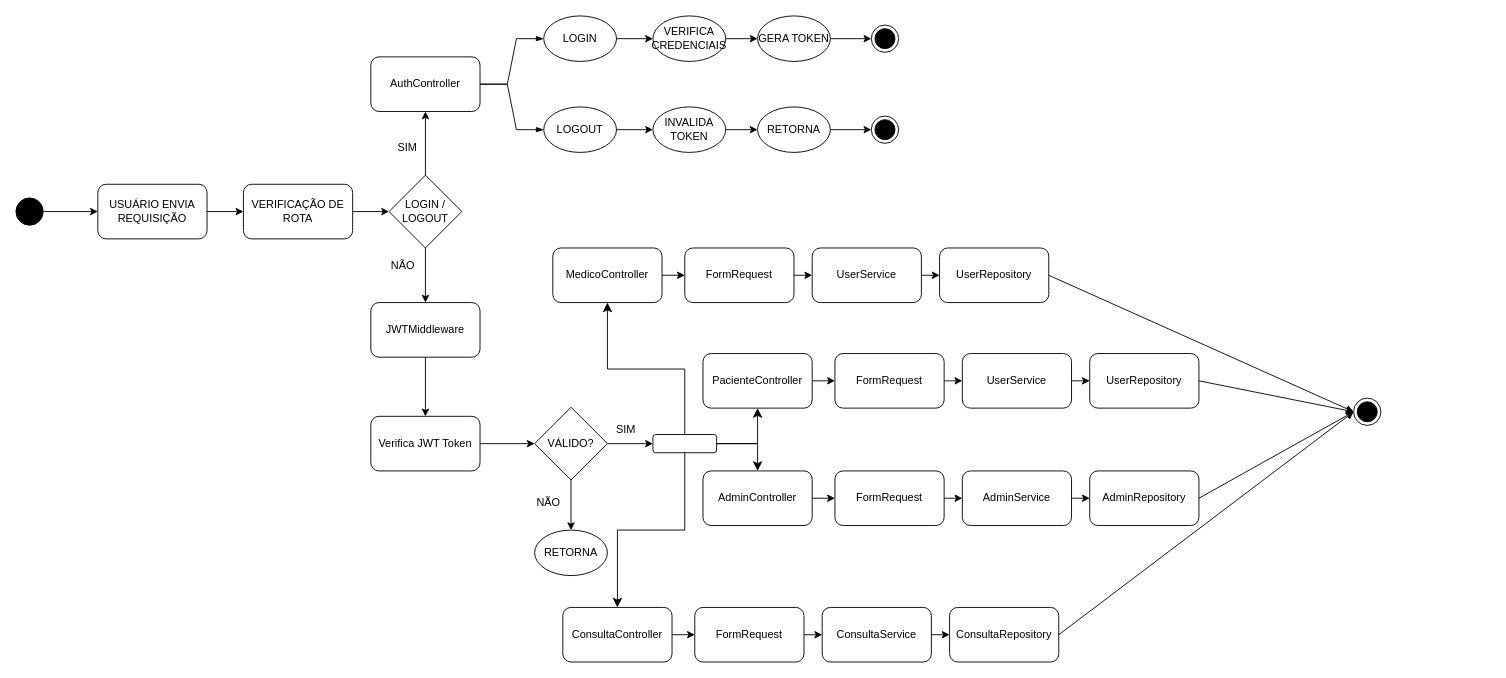
HFcoding4462/SGHSS keeps this draw.io diagram as arquitetura.drawio. Above is the earlier version. Source tidied: cells renumbered, new cells numbered last; positions are measured from the earlier drawing's top-left corner, leaving out a move shared by most shapes. Both pictures are drawn from the tidied source at 91%, with x=0, y=0 at pixel (15, 15).
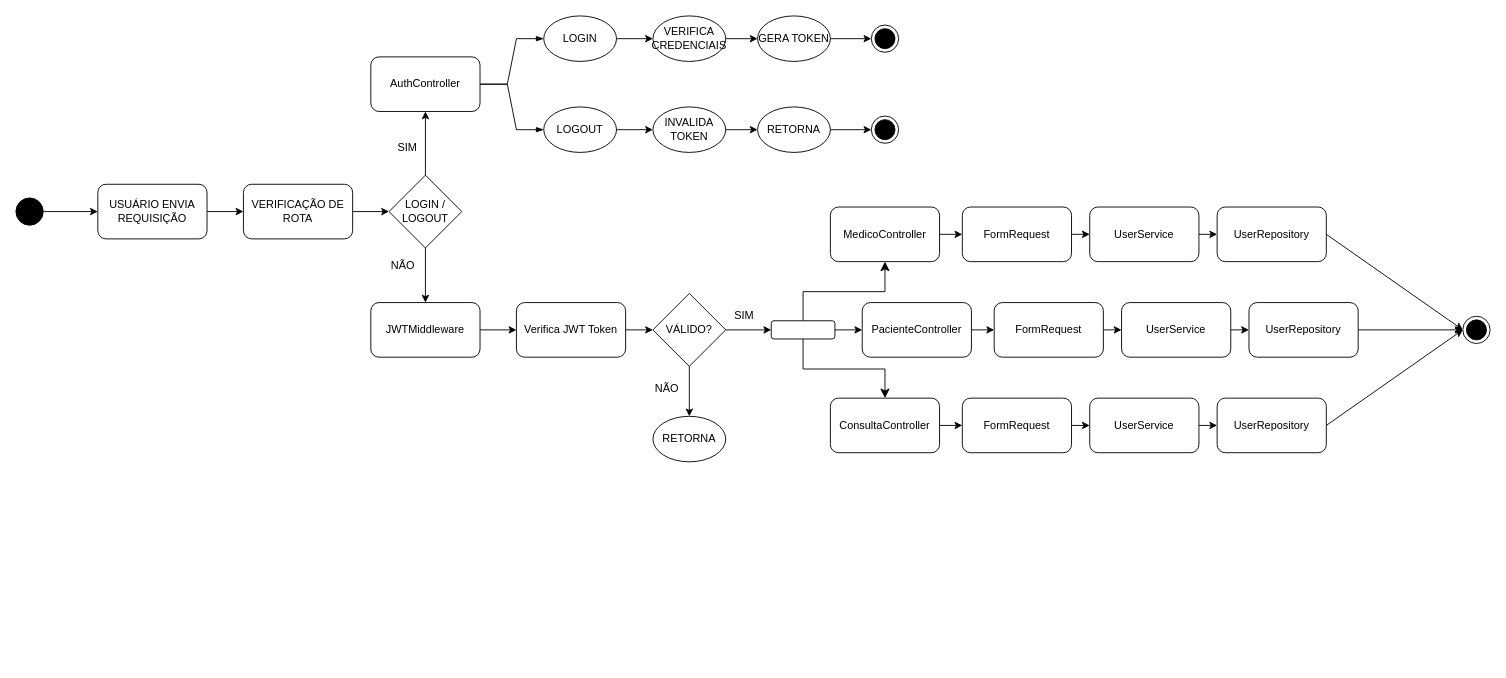
Above is the later version.

Commit message (it also covers changes not shown here):
atualização e adição de diagramas

The change refers to these unchanged cells:
```xml
<mxCell id="3" value="USUÁRIO ENVIA REQUISIÇÃO" style="rounded=1;whiteSpace=wrap;html=1;" parent="1" vertex="1">
  <mxGeometry x="90" y="185" width="120" height="60" as="geometry" />
</mxCell>
<mxCell id="11" value="JWTMiddleware" style="rounded=1;whiteSpace=wrap;html=1;" parent="1" vertex="1">
  <mxGeometry x="390" y="315" width="120" height="60" as="geometry" />
</mxCell>
<mxCell id="24" value="GERA TOKEN" style="ellipse;whiteSpace=wrap;html=1;" parent="1" vertex="1">
  <mxGeometry x="815" width="80" height="50" as="geometry" />
</mxCell>
<mxCell id="26" value="INVALIDA TOKEN" style="ellipse;whiteSpace=wrap;html=1;" parent="1" vertex="1">
  <mxGeometry x="700" y="100" width="80" height="50" as="geometry" />
</mxCell>
```

Diff of the diagram source:
```diff
@@
-    <mxCell id="2" style="ellipse;fillColor=strokeColor;html=1;" parent="1" vertex="1">
-      <mxGeometry y="200" width="30" height="30" as="geometry" />
-    </mxCell>
+    <mxCell id="78" style="ellipse;fillColor=strokeColor;html=1;" parent="1" vertex="1">
+      <mxGeometry y="200" width="30" height="30" as="geometry" />
+    </mxCell>
@@
-    <mxCell id="4" style="endArrow=classic;html=1;rounded=0;exitX=1;exitY=0.5;exitDx=0;exitDy=0;entryX=0;entryY=0.5;entryDx=0;entryDy=0;" parent="1" edge="1" source="2" target="3">
-      <mxGeometry relative="1" as="geometry" />
-    </mxCell>
+    <mxCell id="79" style="endArrow=classic;html=1;rounded=0;exitX=1;exitY=0.5;exitDx=0;exitDy=0;entryX=0;entryY=0.5;entryDx=0;entryDy=0;" parent="1" edge="1" source="78" target="3">
+      <mxGeometry relative="1" as="geometry" />
+    </mxCell>
@@
-    <mxCell id="10" value="SIM" style="text;html=1;align=center;verticalAlign=middle;strokeColor=none;fillColor=none;" parent="1" vertex="1">
-      <mxGeometry x="410" y="130" width="40" height="30" as="geometry" />
-    </mxCell>
+    <mxCell id="80" value="SIM" style="text;html=1;align=center;verticalAlign=middle;strokeColor=none;fillColor=none;" parent="1" vertex="1">
+      <mxGeometry x="410" y="130" width="40" height="30" as="geometry" />
+    </mxCell>
@@
-    <mxCell id="12" value="NÃO" style="text;html=1;align=center;verticalAlign=middle;strokeColor=none;fillColor=none;" parent="1" vertex="1">
-      <mxGeometry x="400" y="260" width="50" height="30" as="geometry" />
-    </mxCell>
+    <mxCell id="81" value="NÃO" style="text;html=1;align=center;verticalAlign=middle;strokeColor=none;fillColor=none;" parent="1" vertex="1">
+      <mxGeometry x="400" y="260" width="50" height="30" as="geometry" />
+    </mxCell>
@@
     <mxCell id="17" value="Verifica JWT Token" style="rounded=1;whiteSpace=wrap;html=1;" parent="1" vertex="1">
-      <mxGeometry x="390" y="440" width="120" height="60" as="geometry" />
+      <mxGeometry x="550" y="315" width="120" height="60" as="geometry" />
     </mxCell>
-    <mxCell id="18" style="endArrow=classic;html=1;rounded=0;exitX=0.5;exitY=1;exitDx=0;exitDy=0;entryX=0.5;entryY=0;entryDx=0;entryDy=0;" parent="1" edge="1" source="11" target="17">
+    <mxCell id="18" style="endArrow=classic;html=1;rounded=0;exitX=1;exitY=0.5;exitDx=0;exitDy=0;entryX=0;entryY=0.5;entryDx=0;entryDy=0;" parent="1" edge="1" source="11" target="17">
       <mxGeometry relative="1" as="geometry" />
     </mxCell>
     <mxCell id="19" value="VÁLIDO?" style="rhombus;whiteSpace=wrap;html=1;" parent="1" vertex="1">
-      <mxGeometry x="570" y="430" width="80" height="80" as="geometry" />
+      <mxGeometry x="700" y="305" width="80" height="80" as="geometry" />
     </mxCell>
@@
-    <mxCell id="21" value="NÃO" style="text;html=1;align=center;verticalAlign=middle;strokeColor=none;fillColor=none;" parent="1" vertex="1">
-      <mxGeometry x="560" y="520" width="50" height="30" as="geometry" />
-    </mxCell>
+    <mxCell id="82" value="NÃO" style="text;html=1;align=center;verticalAlign=middle;strokeColor=none;fillColor=none;" parent="1" vertex="1">
+      <mxGeometry x="690" y="395" width="50" height="30" as="geometry" />
+    </mxCell>
@@
-    <mxCell id="28" value="RETORNA" style="ellipse;whiteSpace=wrap;html=1;" parent="1" vertex="1">
-      <mxGeometry x="815" y="100" width="80" height="50" as="geometry" />
-    </mxCell>
-    <mxCell id="29" style="endArrow=classic;html=1;rounded=0;exitX=1;exitY=0.5;exitDx=0;exitDy=0;entryX=0;entryY=0.5;entryDx=0;entryDy=0;" parent="1" edge="1" source="26" target="28">
-      <mxGeometry relative="1" as="geometry" />
-    </mxCell>
-    <mxCell id="30" value="RETORNA" style="ellipse;whiteSpace=wrap;html=1;" parent="1" vertex="1">
-      <mxGeometry x="570" y="565" width="80" height="50" as="geometry" />
-    </mxCell>
+    <mxCell id="83" value="RETORNA" style="ellipse;whiteSpace=wrap;html=1;" parent="1" vertex="1">
+      <mxGeometry x="815" y="100" width="80" height="50" as="geometry" />
+    </mxCell>
+    <mxCell id="84" style="endArrow=classic;html=1;rounded=0;exitX=1;exitY=0.5;exitDx=0;exitDy=0;entryX=0;entryY=0.5;entryDx=0;entryDy=0;" parent="1" edge="1" source="26" target="83">
+      <mxGeometry relative="1" as="geometry" />
+    </mxCell>
+    <mxCell id="85" value="RETORNA" style="ellipse;whiteSpace=wrap;html=1;" parent="1" vertex="1">
+      <mxGeometry x="700" y="440" width="80" height="50" as="geometry" />
+    </mxCell>
     <mxCell id="31" value="MedicoController" style="rounded=1;whiteSpace=wrap;html=1;" parent="1" vertex="1">
-      <mxGeometry x="590" y="255" width="120" height="60" as="geometry" />
+      <mxGeometry x="895" y="210" width="120" height="60" as="geometry" />
     </mxCell>
     <mxCell id="32" value="PacienteController" style="rounded=1;whiteSpace=wrap;html=1;" parent="1" vertex="1">
-      <mxGeometry x="755" y="371" width="120" height="60" as="geometry" />
+      <mxGeometry x="930" y="315" width="120" height="60" as="geometry" />
     </mxCell>
     <mxCell id="33" value="ConsultaController" style="rounded=1;whiteSpace=wrap;html=1;" parent="1" vertex="1">
-      <mxGeometry x="601" y="650" width="120" height="60" as="geometry" />
+      <mxGeometry x="895" y="420" width="120" height="60" as="geometry" />
     </mxCell>
-    <mxCell id="34" style="rounded=1;whiteSpace=wrap;html=1;" parent="1" vertex="1">
-      <mxGeometry x="700" y="460" width="70" height="20" as="geometry" />
-    </mxCell>
-    <mxCell id="35" style="endArrow=classic;html=1;rounded=0;exitX=1;exitY=0.5;exitDx=0;exitDy=0;entryX=0;entryY=0.5;entryDx=0;entryDy=0;" parent="1" edge="1" source="19" target="34">
-      <mxGeometry relative="1" as="geometry" />
-    </mxCell>
-    <mxCell id="36" value="SIM" style="text;html=1;align=center;verticalAlign=middle;strokeColor=none;fillColor=none;" parent="1" vertex="1">
-      <mxGeometry x="650" y="440" width="40" height="30" as="geometry" />
-    </mxCell>
-    <mxCell id="37" style="edgeStyle=elbowEdgeStyle;elbow=vertical;endArrow=classic;html=1;curved=0;rounded=0;endSize=8;startSize=8;exitX=0.5;exitY=0;exitDx=0;exitDy=0;entryX=0.5;entryY=1;entryDx=0;entryDy=0;" parent="1" edge="1" source="34" target="31">
-      <mxGeometry relative="1" as="geometry" />
-    </mxCell>
-    <mxCell id="38" style="edgeStyle=elbowEdgeStyle;elbow=vertical;endArrow=classic;html=1;curved=0;rounded=0;endSize=8;startSize=8;exitX=0.5;exitY=1;exitDx=0;exitDy=0;entryX=0.5;entryY=0;entryDx=0;entryDy=0;" parent="1" edge="1" source="34" target="33">
-      <mxGeometry relative="1" as="geometry" />
-    </mxCell>
-    <mxCell id="39" style="endArrow=classic;html=1;rounded=0;exitX=0.5;exitY=1;exitDx=0;exitDy=0;entryX=0.5;entryY=0;entryDx=0;entryDy=0;" parent="1" edge="1" source="19" target="30">
-      <mxGeometry relative="1" as="geometry" />
-    </mxCell>
-    <mxCell id="40" value="FormRequest" style="rounded=1;whiteSpace=wrap;html=1;" parent="1" vertex="1">
-      <mxGeometry x="735" y="255" width="120" height="60" as="geometry" />
-    </mxCell>
-    <mxCell id="41" value="UserService" style="rounded=1;whiteSpace=wrap;html=1;" parent="1" vertex="1">
-      <mxGeometry x="875" y="255" width="120" height="60" as="geometry" />
-    </mxCell>
-    <mxCell id="42" value="UserRepository" style="rounded=1;whiteSpace=wrap;html=1;" parent="1" vertex="1">
-      <mxGeometry x="1015" y="255" width="120" height="60" as="geometry" />
-    </mxCell>
-    <mxCell id="43" style="endArrow=classic;html=1;rounded=0;exitX=1;exitY=0.5;exitDx=0;exitDy=0;entryX=0;entryY=0.5;entryDx=0;entryDy=0;" parent="1" edge="1" source="31" target="40">
-      <mxGeometry relative="1" as="geometry" />
-    </mxCell>
-    <mxCell id="44" style="endArrow=classic;html=1;rounded=0;exitX=1;exitY=0.5;exitDx=0;exitDy=0;entryX=0;entryY=0.5;entryDx=0;entryDy=0;" parent="1" edge="1" source="40" target="41">
-      <mxGeometry relative="1" as="geometry" />
-    </mxCell>
-    <mxCell id="45" style="endArrow=classic;html=1;rounded=0;exitX=1;exitY=0.5;exitDx=0;exitDy=0;entryX=0;entryY=0.5;entryDx=0;entryDy=0;" parent="1" edge="1" source="41" target="42">
-      <mxGeometry relative="1" as="geometry" />
-    </mxCell>
-    <mxCell id="46" value="FormRequest" style="rounded=1;whiteSpace=wrap;html=1;" parent="1" vertex="1">
-      <mxGeometry x="900" y="371" width="120" height="60" as="geometry" />
-    </mxCell>
-    <mxCell id="47" value="UserService" style="rounded=1;whiteSpace=wrap;html=1;" parent="1" vertex="1">
-      <mxGeometry x="1040" y="371" width="120" height="60" as="geometry" />
-    </mxCell>
-    <mxCell id="48" value="UserRepository" style="rounded=1;whiteSpace=wrap;html=1;" parent="1" vertex="1">
-      <mxGeometry x="1180" y="371" width="120" height="60" as="geometry" />
-    </mxCell>
-    <mxCell id="49" style="endArrow=classic;html=1;rounded=0;exitX=1;exitY=0.5;exitDx=0;exitDy=0;entryX=0;entryY=0.5;entryDx=0;entryDy=0;" parent="1" edge="1" target="46">
-      <mxGeometry relative="1" as="geometry">
-        <mxPoint x="875" y="401" as="sourcePoint" />
-      </mxGeometry>
-    </mxCell>
-    <mxCell id="50" style="endArrow=classic;html=1;rounded=0;exitX=1;exitY=0.5;exitDx=0;exitDy=0;entryX=0;entryY=0.5;entryDx=0;entryDy=0;" parent="1" edge="1" source="46" target="47">
-      <mxGeometry relative="1" as="geometry" />
-    </mxCell>
-    <mxCell id="51" style="endArrow=classic;html=1;rounded=0;exitX=1;exitY=0.5;exitDx=0;exitDy=0;entryX=0;entryY=0.5;entryDx=0;entryDy=0;" parent="1" edge="1" source="47" target="48">
-      <mxGeometry relative="1" as="geometry" />
-    </mxCell>
-    <mxCell id="52" value="FormRequest" style="rounded=1;whiteSpace=wrap;html=1;" parent="1" vertex="1">
-      <mxGeometry x="746" y="650" width="120" height="60" as="geometry" />
-    </mxCell>
-    <mxCell id="53" value="ConsultaService" style="rounded=1;whiteSpace=wrap;html=1;" parent="1" vertex="1">
-      <mxGeometry x="886" y="650" width="120" height="60" as="geometry" />
-    </mxCell>
-    <mxCell id="54" value="ConsultaRepository" style="rounded=1;whiteSpace=wrap;html=1;" parent="1" vertex="1">
-      <mxGeometry x="1026" y="650" width="120" height="60" as="geometry" />
-    </mxCell>
-    <mxCell id="55" style="endArrow=classic;html=1;rounded=0;exitX=1;exitY=0.5;exitDx=0;exitDy=0;entryX=0;entryY=0.5;entryDx=0;entryDy=0;" parent="1" edge="1" target="52">
-      <mxGeometry relative="1" as="geometry">
-        <mxPoint x="721" y="680" as="sourcePoint" />
-      </mxGeometry>
-    </mxCell>
-    <mxCell id="56" style="endArrow=classic;html=1;rounded=0;exitX=1;exitY=0.5;exitDx=0;exitDy=0;entryX=0;entryY=0.5;entryDx=0;entryDy=0;" parent="1" edge="1" source="52" target="53">
-      <mxGeometry relative="1" as="geometry" />
-    </mxCell>
-    <mxCell id="57" style="endArrow=classic;html=1;rounded=0;exitX=1;exitY=0.5;exitDx=0;exitDy=0;entryX=0;entryY=0.5;entryDx=0;entryDy=0;" parent="1" edge="1" source="53" target="54">
-      <mxGeometry relative="1" as="geometry" />
-    </mxCell>
-    <mxCell id="58" style="ellipse;html=1;shape=endState;fillColor=strokeColor;" parent="1" vertex="1">
-      <mxGeometry x="1470" y="420" width="30" height="30" as="geometry" />
-    </mxCell>
-    <mxCell id="59" style="endArrow=classic;html=1;rounded=0;exitX=1;exitY=0.5;exitDx=0;exitDy=0;entryX=0;entryY=0.5;entryDx=0;entryDy=0;" parent="1" edge="1" source="42" target="58">
-      <mxGeometry relative="1" as="geometry" />
-    </mxCell>
-    <mxCell id="60" style="endArrow=classic;html=1;rounded=0;exitX=1;exitY=0.5;exitDx=0;exitDy=0;entryX=0;entryY=0.5;entryDx=0;entryDy=0;" parent="1" edge="1" source="48" target="58">
-      <mxGeometry relative="1" as="geometry" />
-    </mxCell>
-    <mxCell id="61" style="endArrow=classic;html=1;rounded=0;exitX=1;exitY=0.5;exitDx=0;exitDy=0;entryX=0;entryY=0.5;entryDx=0;entryDy=0;" parent="1" edge="1" source="54" target="58">
-      <mxGeometry relative="1" as="geometry" />
-    </mxCell>
-    <mxCell id="62" style="ellipse;html=1;shape=endState;fillColor=strokeColor;" parent="1" vertex="1">
-      <mxGeometry x="940" y="10" width="30" height="30" as="geometry" />
-    </mxCell>
-    <mxCell id="63" style="endArrow=classic;html=1;rounded=0;exitX=1;exitY=0.5;exitDx=0;exitDy=0;entryX=0;entryY=0.5;entryDx=0;entryDy=0;" parent="1" edge="1" source="24" target="62">
-      <mxGeometry relative="1" as="geometry" />
-    </mxCell>
-    <mxCell id="64" style="ellipse;html=1;shape=endState;fillColor=strokeColor;" parent="1" vertex="1">
-      <mxGeometry x="940" y="110" width="30" height="30" as="geometry" />
-    </mxCell>
-    <mxCell id="65" style="endArrow=classic;html=1;rounded=0;exitX=1;exitY=0.5;exitDx=0;exitDy=0;entryX=0;entryY=0.5;entryDx=0;entryDy=0;" parent="1" edge="1" source="28" target="64">
-      <mxGeometry relative="1" as="geometry" />
-    </mxCell>
+    <mxCell id="86" style="rounded=1;whiteSpace=wrap;html=1;" parent="1" vertex="1">
+      <mxGeometry x="830" y="335" width="70" height="20" as="geometry" />
+    </mxCell>
+    <mxCell id="87" style="endArrow=classic;html=1;rounded=0;exitX=1;exitY=0.5;exitDx=0;exitDy=0;entryX=0;entryY=0.5;entryDx=0;entryDy=0;" parent="1" edge="1" source="19" target="86">
+      <mxGeometry relative="1" as="geometry" />
+    </mxCell>
+    <mxCell id="88" value="SIM" style="text;html=1;align=center;verticalAlign=middle;strokeColor=none;fillColor=none;" parent="1" vertex="1">
+      <mxGeometry x="780" y="315" width="40" height="30" as="geometry" />
+    </mxCell>
+    <mxCell id="89" style="edgeStyle=elbowEdgeStyle;elbow=vertical;endArrow=classic;html=1;curved=0;rounded=0;endSize=8;startSize=8;exitX=0.5;exitY=0;exitDx=0;exitDy=0;entryX=0.5;entryY=1;entryDx=0;entryDy=0;" parent="1" edge="1" source="86" target="31">
+      <mxGeometry relative="1" as="geometry" />
+    </mxCell>
+    <mxCell id="90" style="edgeStyle=elbowEdgeStyle;elbow=vertical;endArrow=classic;html=1;curved=0;rounded=0;endSize=8;startSize=8;exitX=0.5;exitY=1;exitDx=0;exitDy=0;entryX=0.5;entryY=0;entryDx=0;entryDy=0;" parent="1" edge="1" source="86" target="33">
+      <mxGeometry relative="1" as="geometry" />
+    </mxCell>
+    <mxCell id="91" style="endArrow=classic;html=1;rounded=0;exitX=1;exitY=0.5;exitDx=0;exitDy=0;entryX=0;entryY=0.5;entryDx=0;entryDy=0;" parent="1" edge="1" source="86" target="32">
+      <mxGeometry relative="1" as="geometry" />
+    </mxCell>
+    <mxCell id="92" style="endArrow=classic;html=1;rounded=0;exitX=0.5;exitY=1;exitDx=0;exitDy=0;entryX=0.5;entryY=0;entryDx=0;entryDy=0;" parent="1" edge="1" source="19" target="85">
+      <mxGeometry relative="1" as="geometry" />
+    </mxCell>
+    <mxCell id="93" value="FormRequest" style="rounded=1;whiteSpace=wrap;html=1;" parent="1" vertex="1">
+      <mxGeometry x="1040" y="210" width="120" height="60" as="geometry" />
+    </mxCell>
+    <mxCell id="94" value="UserService" style="rounded=1;whiteSpace=wrap;html=1;" parent="1" vertex="1">
+      <mxGeometry x="1180" y="210" width="120" height="60" as="geometry" />
+    </mxCell>
+    <mxCell id="95" value="UserRepository" style="rounded=1;whiteSpace=wrap;html=1;" parent="1" vertex="1">
+      <mxGeometry x="1320" y="210" width="120" height="60" as="geometry" />
+    </mxCell>
+    <mxCell id="96" style="endArrow=classic;html=1;rounded=0;exitX=1;exitY=0.5;exitDx=0;exitDy=0;entryX=0;entryY=0.5;entryDx=0;entryDy=0;" parent="1" edge="1" source="31" target="93">
+      <mxGeometry relative="1" as="geometry" />
+    </mxCell>
+    <mxCell id="97" style="endArrow=classic;html=1;rounded=0;exitX=1;exitY=0.5;exitDx=0;exitDy=0;entryX=0;entryY=0.5;entryDx=0;entryDy=0;" parent="1" edge="1" source="93" target="94">
+      <mxGeometry relative="1" as="geometry" />
+    </mxCell>
+    <mxCell id="98" style="endArrow=classic;html=1;rounded=0;exitX=1;exitY=0.5;exitDx=0;exitDy=0;entryX=0;entryY=0.5;entryDx=0;entryDy=0;" parent="1" edge="1" source="94" target="95">
+      <mxGeometry relative="1" as="geometry" />
+    </mxCell>
+    <mxCell id="99" value="FormRequest" style="rounded=1;whiteSpace=wrap;html=1;" parent="1" vertex="1">
+      <mxGeometry x="1075" y="315" width="120" height="60" as="geometry" />
+    </mxCell>
+    <mxCell id="100" value="UserService" style="rounded=1;whiteSpace=wrap;html=1;" parent="1" vertex="1">
+      <mxGeometry x="1215" y="315" width="120" height="60" as="geometry" />
+    </mxCell>
+    <mxCell id="101" value="UserRepository" style="rounded=1;whiteSpace=wrap;html=1;" parent="1" vertex="1">
+      <mxGeometry x="1355" y="315" width="120" height="60" as="geometry" />
+    </mxCell>
+    <mxCell id="102" style="endArrow=classic;html=1;rounded=0;exitX=1;exitY=0.5;exitDx=0;exitDy=0;entryX=0;entryY=0.5;entryDx=0;entryDy=0;" parent="1" edge="1" target="99">
+      <mxGeometry relative="1" as="geometry">
+        <mxPoint x="1050" y="345" as="sourcePoint" />
+      </mxGeometry>
+    </mxCell>
+    <mxCell id="103" style="endArrow=classic;html=1;rounded=0;exitX=1;exitY=0.5;exitDx=0;exitDy=0;entryX=0;entryY=0.5;entryDx=0;entryDy=0;" parent="1" edge="1" source="99" target="100">
+      <mxGeometry relative="1" as="geometry" />
+    </mxCell>
+    <mxCell id="104" style="endArrow=classic;html=1;rounded=0;exitX=1;exitY=0.5;exitDx=0;exitDy=0;entryX=0;entryY=0.5;entryDx=0;entryDy=0;" parent="1" edge="1" source="100" target="101">
+      <mxGeometry relative="1" as="geometry" />
+    </mxCell>
+    <mxCell id="105" value="FormRequest" style="rounded=1;whiteSpace=wrap;html=1;" parent="1" vertex="1">
+      <mxGeometry x="1040" y="420" width="120" height="60" as="geometry" />
+    </mxCell>
+    <mxCell id="106" value="UserService" style="rounded=1;whiteSpace=wrap;html=1;" parent="1" vertex="1">
+      <mxGeometry x="1180" y="420" width="120" height="60" as="geometry" />
+    </mxCell>
+    <mxCell id="107" value="UserRepository" style="rounded=1;whiteSpace=wrap;html=1;" parent="1" vertex="1">
+      <mxGeometry x="1320" y="420" width="120" height="60" as="geometry" />
+    </mxCell>
+    <mxCell id="108" style="endArrow=classic;html=1;rounded=0;exitX=1;exitY=0.5;exitDx=0;exitDy=0;entryX=0;entryY=0.5;entryDx=0;entryDy=0;" parent="1" edge="1" target="105">
+      <mxGeometry relative="1" as="geometry">
+        <mxPoint x="1015" y="450" as="sourcePoint" />
+      </mxGeometry>
+    </mxCell>
+    <mxCell id="109" style="endArrow=classic;html=1;rounded=0;exitX=1;exitY=0.5;exitDx=0;exitDy=0;entryX=0;entryY=0.5;entryDx=0;entryDy=0;" parent="1" edge="1" source="105" target="106">
+      <mxGeometry relative="1" as="geometry" />
+    </mxCell>
+    <mxCell id="110" style="endArrow=classic;html=1;rounded=0;exitX=1;exitY=0.5;exitDx=0;exitDy=0;entryX=0;entryY=0.5;entryDx=0;entryDy=0;" parent="1" edge="1" source="106" target="107">
+      <mxGeometry relative="1" as="geometry" />
+    </mxCell>
+    <mxCell id="111" style="ellipse;html=1;shape=endState;fillColor=strokeColor;" parent="1" vertex="1">
+      <mxGeometry x="1590" y="330" width="30" height="30" as="geometry" />
+    </mxCell>
+    <mxCell id="112" style="endArrow=classic;html=1;rounded=0;exitX=1;exitY=0.5;exitDx=0;exitDy=0;entryX=0;entryY=0.5;entryDx=0;entryDy=0;" parent="1" edge="1" source="95" target="111">
+      <mxGeometry relative="1" as="geometry" />
+    </mxCell>
+    <mxCell id="113" style="endArrow=classic;html=1;rounded=0;exitX=1;exitY=0.5;exitDx=0;exitDy=0;entryX=0;entryY=0.5;entryDx=0;entryDy=0;" parent="1" edge="1" source="101" target="111">
+      <mxGeometry relative="1" as="geometry" />
+    </mxCell>
+    <mxCell id="114" style="endArrow=classic;html=1;rounded=0;exitX=1;exitY=0.5;exitDx=0;exitDy=0;entryX=0;entryY=0.5;entryDx=0;entryDy=0;" parent="1" edge="1" source="107" target="111">
+      <mxGeometry relative="1" as="geometry" />
+    </mxCell>
+    <mxCell id="115" style="ellipse;html=1;shape=endState;fillColor=strokeColor;" parent="1" vertex="1">
+      <mxGeometry x="940" y="10" width="30" height="30" as="geometry" />
+    </mxCell>
+    <mxCell id="116" style="endArrow=classic;html=1;rounded=0;exitX=1;exitY=0.5;exitDx=0;exitDy=0;entryX=0;entryY=0.5;entryDx=0;entryDy=0;" parent="1" edge="1" source="24" target="115">
+      <mxGeometry relative="1" as="geometry" />
+    </mxCell>
+    <mxCell id="117" style="ellipse;html=1;shape=endState;fillColor=strokeColor;" parent="1" vertex="1">
+      <mxGeometry x="940" y="110" width="30" height="30" as="geometry" />
+    </mxCell>
+    <mxCell id="118" style="endArrow=classic;html=1;rounded=0;exitX=1;exitY=0.5;exitDx=0;exitDy=0;entryX=0;entryY=0.5;entryDx=0;entryDy=0;" parent="1" edge="1" source="83" target="117">
+      <mxGeometry relative="1" as="geometry" />
+    </mxCell>
@@
-    <mxCell id="68" value="AdminController" style="rounded=1;whiteSpace=wrap;html=1;" parent="1" vertex="1">
-      <mxGeometry x="755" y="500" width="120" height="60" as="geometry" />
-    </mxCell>
-    <mxCell id="69" value="FormRequest" style="rounded=1;whiteSpace=wrap;html=1;" parent="1" vertex="1">
-      <mxGeometry x="900" y="500" width="120" height="60" as="geometry" />
-    </mxCell>
-    <mxCell id="70" value="AdminService" style="rounded=1;whiteSpace=wrap;html=1;" parent="1" vertex="1">
-      <mxGeometry x="1040" y="500" width="120" height="60" as="geometry" />
-    </mxCell>
-    <mxCell id="71" value="AdminRepository" style="rounded=1;whiteSpace=wrap;html=1;" parent="1" vertex="1">
-      <mxGeometry x="1180" y="500" width="120" height="60" as="geometry" />
-    </mxCell>
-    <mxCell id="72" style="endArrow=classic;html=1;rounded=0;exitX=1;exitY=0.5;exitDx=0;exitDy=0;entryX=0;entryY=0.5;entryDx=0;entryDy=0;" parent="1" edge="1" target="69">
-      <mxGeometry relative="1" as="geometry">
-        <mxPoint x="875" y="530" as="sourcePoint" />
-      </mxGeometry>
-    </mxCell>
-    <mxCell id="73" style="endArrow=classic;html=1;rounded=0;exitX=1;exitY=0.5;exitDx=0;exitDy=0;entryX=0;entryY=0.5;entryDx=0;entryDy=0;" parent="1" edge="1" source="69" target="70">
-      <mxGeometry relative="1" as="geometry" />
-    </mxCell>
-    <mxCell id="74" style="endArrow=classic;html=1;rounded=0;exitX=1;exitY=0.5;exitDx=0;exitDy=0;entryX=0;entryY=0.5;entryDx=0;entryDy=0;" parent="1" edge="1" source="70" target="71">
-      <mxGeometry relative="1" as="geometry" />
-    </mxCell>
-    <mxCell id="75" style="endArrow=classic;html=1;rounded=0;exitX=1;exitY=0.5;exitDx=0;exitDy=0;entryX=0;entryY=0.5;entryDx=0;entryDy=0;" parent="1" edge="1" source="71" target="58">
-      <mxGeometry relative="1" as="geometry" />
-    </mxCell>
-    <mxCell id="76" style="edgeStyle=segmentEdgeStyle;endArrow=classic;html=1;curved=0;rounded=0;endSize=8;startSize=8;exitX=1;exitY=0.5;exitDx=0;exitDy=0;entryX=0.5;entryY=1;entryDx=0;entryDy=0;" parent="1" edge="1" source="34" target="32">
-      <mxGeometry relative="1" as="geometry" />
-    </mxCell>
-    <mxCell id="77" style="edgeStyle=segmentEdgeStyle;endArrow=classic;html=1;curved=0;rounded=0;endSize=8;startSize=8;exitX=1;exitY=0.5;exitDx=0;exitDy=0;entryX=0.5;entryY=0;entryDx=0;entryDy=0;" parent="1" edge="1" source="34" target="68">
-      <mxGeometry relative="1" as="geometry" />
-    </mxCell>
```
